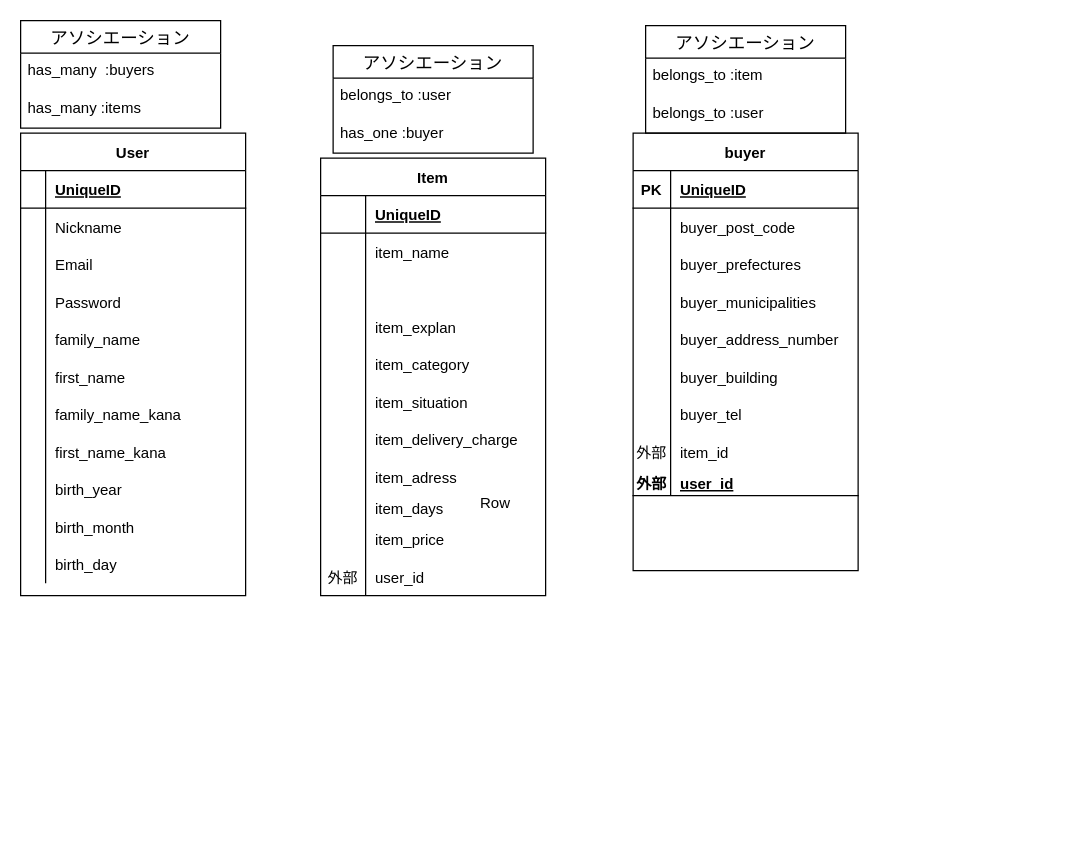
Above: dber.dio in shiosaba014/furima-38567 (draw.io), before the change. Source tidied: cells renumbered, new cells numbered last; positions are measured from the earlier drawing's top-left corner, leaving out a move shared by most shapes. Both pictures are drawn from the tidied source at 125%, with x=0, y=0 at pixel (20, 20).
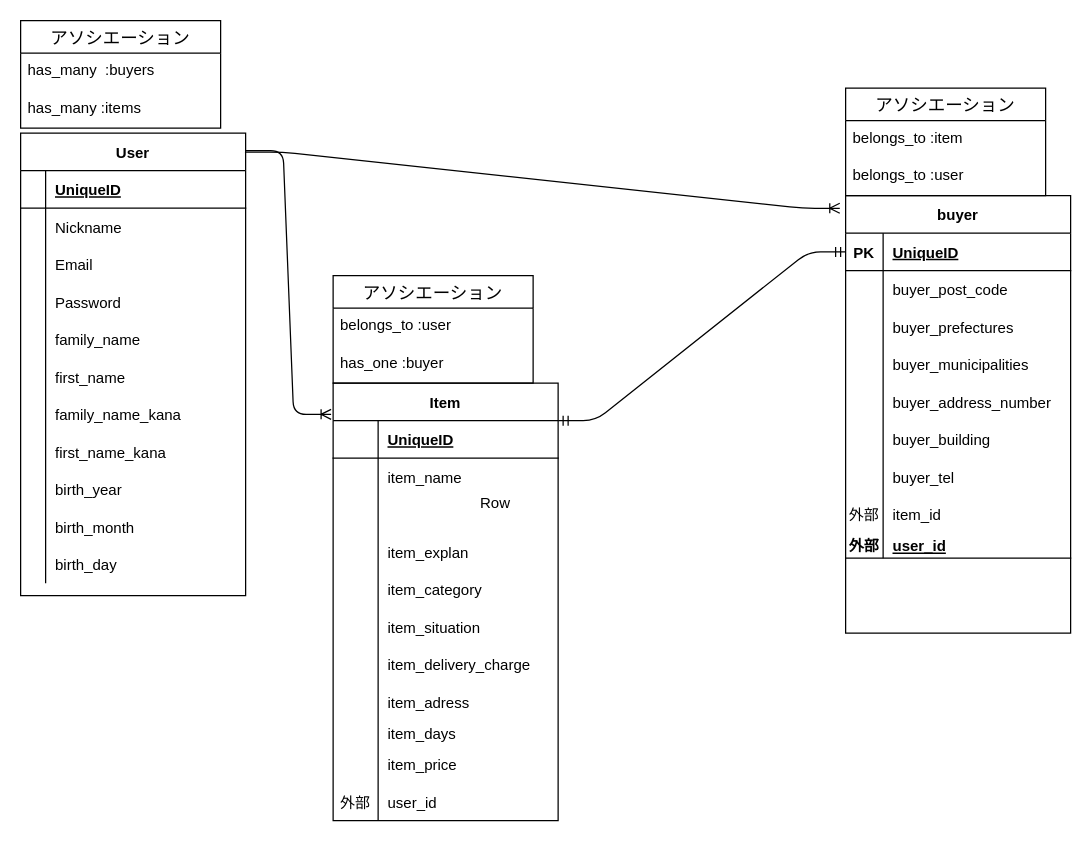
Above is the later version.

Commit message (it also covers changes not shown here):
DB設計：README修正

The change refers to these unchanged cells:
```xml
<mxCell id="2" value="User" style="shape=table;startSize=30;childLayout=tableLayout;rowLines=0;fontStyle=1;align=center;" parent="1" vertex="1">
  <mxGeometry y="90" width="180" height="370" as="geometry" />
</mxCell>
<mxCell id="37" style="shape=partialRectangle;fillColor=none;top=0;left=0;bottom=1;right=0;points=[[0,0.5],[1,0.5]];portConstraint=eastwest;" parent="36" vertex="1">
  <mxGeometry y="30" width="180" height="30" as="geometry" />
</mxCell>
<mxCell id="71" style="shape=partialRectangle;fillColor=none;top=0;left=0;bottom=1;right=0;points=[[0,0.5],[1,0.5]];portConstraint=eastwest;" parent="70" vertex="1">
  <mxGeometry y="30" width="180" height="30" as="geometry" />
</mxCell>
```

Diff of the diagram source:
```diff
@@
     <mxCell id="36" value="Item" style="shape=table;startSize=30;childLayout=tableLayout;rowLines=0;fontStyle=1;align=center;" parent="1" vertex="1">
-      <mxGeometry x="240" y="110" width="180" height="350" as="geometry" />
+      <mxGeometry x="250" y="290" width="180" height="350" as="geometry" />
     </mxCell>
@@
     <mxCell id="70" value="buyer" style="shape=table;startSize=30;childLayout=tableLayout;rowLines=0;fontStyle=1;align=center;" parent="1" vertex="1">
-      <mxGeometry x="490" y="90" width="180" height="350" as="geometry" />
+      <mxGeometry x="660" y="140" width="180" height="350" as="geometry" />
     </mxCell>
@@
     <mxCell id="98" value="アソシエーション" style="swimlane;fontStyle=0;horizontal=1;startSize=26;align=center;fontSize=14;" parent="1" vertex="1">
-      <mxGeometry x="250" y="20" width="160" height="86" as="geometry" />
+      <mxGeometry x="250" y="204" width="160" height="86" as="geometry" />
     </mxCell>
@@
     <mxCell id="105" value="アソシエーション" style="swimlane;fontStyle=0;horizontal=1;startSize=26;align=center;fontSize=14;" parent="1" vertex="1">
-      <mxGeometry x="500" y="4" width="160" height="86" as="geometry" />
+      <mxGeometry x="660" y="54" width="160" height="86" as="geometry" />
     </mxCell>
@@
+    <mxCell id="112" style="edgeStyle=entityRelationEdgeStyle;fontSize=12;html=1;endArrow=ERoneToMany;entryX=-0.009;entryY=-0.167;entryDx=0;entryDy=0;entryPerimeter=0;" parent="1" edge="1" target="37">
+      <mxGeometry relative="1" as="geometry">
+        <mxPoint x="180" y="104" as="sourcePoint" />
+      </mxGeometry>
+    </mxCell>
+    <mxCell id="113" style="edgeStyle=entityRelationEdgeStyle;fontSize=12;html=1;endArrow=ERoneToMany;exitX=0.997;exitY=0.041;exitDx=0;exitDy=0;exitPerimeter=0;entryX=-0.026;entryY=0.029;entryDx=0;entryDy=0;entryPerimeter=0;" parent="1" edge="1" source="2" target="70">
+      <mxGeometry relative="1" as="geometry" />
+    </mxCell>
+    <mxCell id="114" style="edgeStyle=entityRelationEdgeStyle;fontSize=12;html=1;endArrow=ERmandOne;startArrow=ERmandOne;entryX=0;entryY=0.5;entryDx=0;entryDy=0;" parent="1" edge="1" target="71">
+      <mxGeometry relative="1" as="geometry">
+        <mxPoint x="430" y="320" as="sourcePoint" />
+      </mxGeometry>
+    </mxCell>
```
